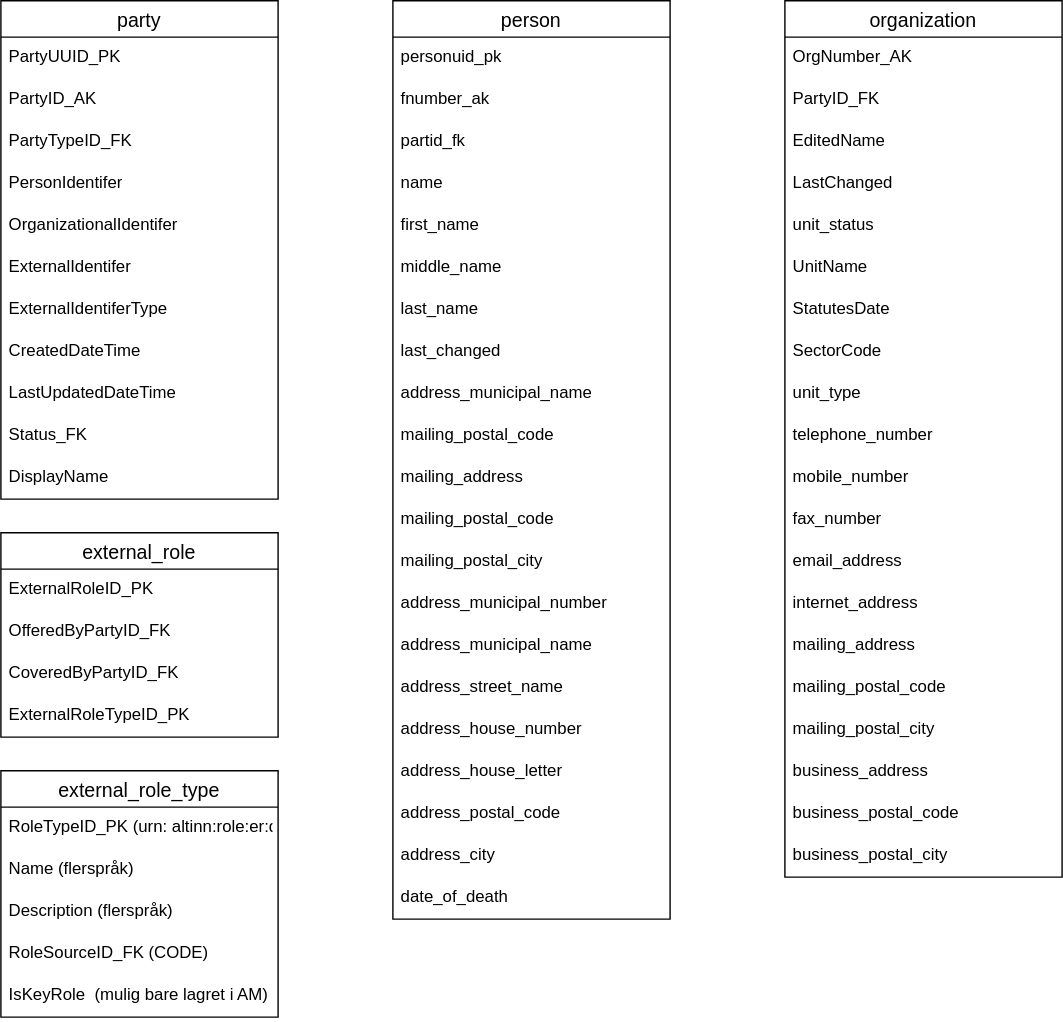
This is content/technology/solutions/altinn-platform/register/dbdesignaltinn3.drawio.svg from Altinn/altinn-studio-docs, a draw.io export, as it was before one commit. Source tidied: cells renumbered, new cells last; positions are measured from the earlier drawing's top-left corner, leaving out a move shared by most shapes.
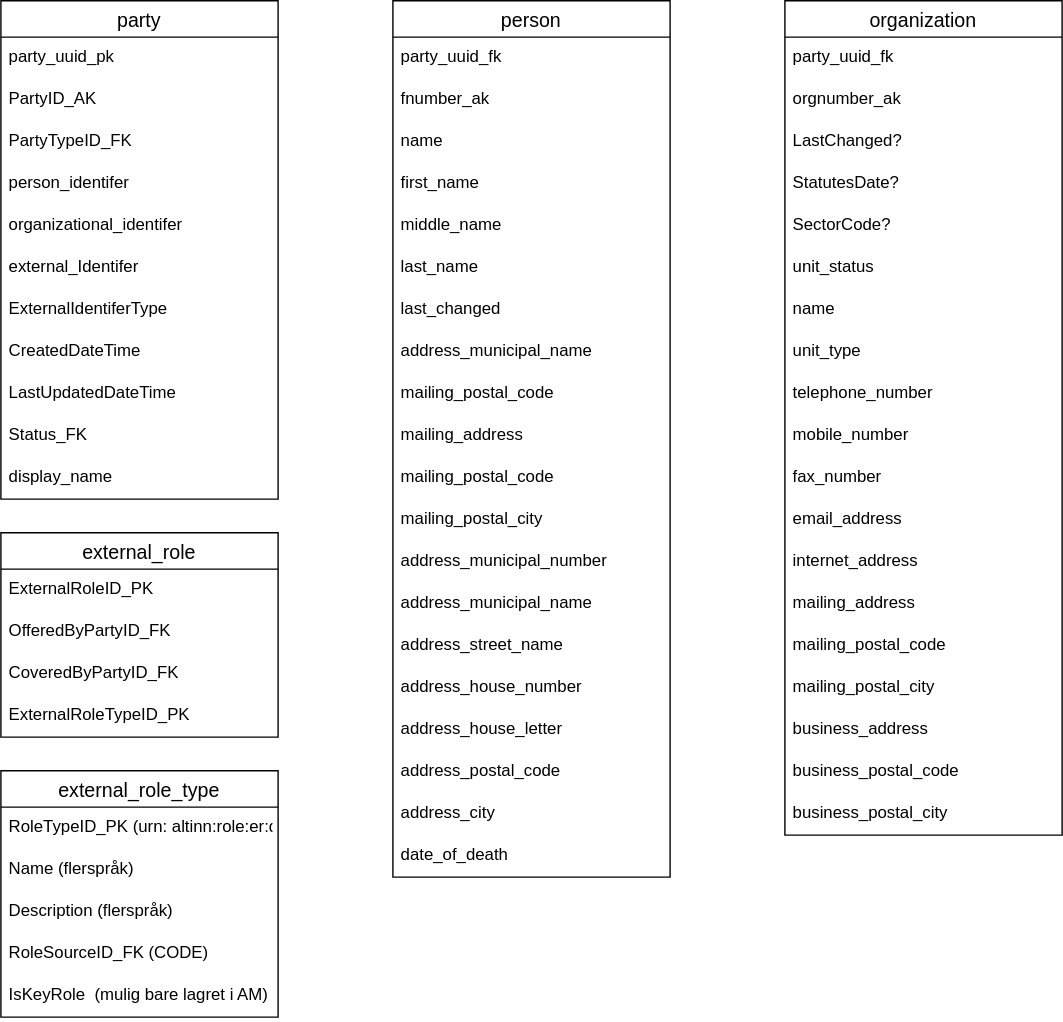
Later version of the same file.

Change to the diagram source:
```diff
@@ -5,7 +5,7 @@
     <mxCell id="2" value="party" style="swimlane;fontStyle=0;horizontal=1;startSize=26;align=center;fontSize=14;" parent="1" vertex="1">
       <mxGeometry width="198" height="356" as="geometry" />
     </mxCell>
-    <mxCell id="3" value="PartyUUID_PK" style="text;strokeColor=none;fillColor=none;spacingLeft=4;spacingRight=4;overflow=hidden;fontSize=12;" parent="2" vertex="1">
+    <mxCell id="3" value="party_uuid_pk" style="text;strokeColor=none;fillColor=none;spacingLeft=4;spacingRight=4;overflow=hidden;fontSize=12;" parent="2" vertex="1">
       <mxGeometry y="26" width="198" height="30" as="geometry" />
     </mxCell>
     <mxCell id="4" value="PartyID_AK" style="text;strokeColor=none;fillColor=none;spacingLeft=4;spacingRight=4;overflow=hidden;fontSize=12;" parent="2" vertex="1">
@@ -14,13 +14,13 @@
     <mxCell id="5" value="PartyTypeID_FK" style="text;strokeColor=none;fillColor=none;spacingLeft=4;spacingRight=4;overflow=hidden;fontSize=12;" parent="2" vertex="1">
       <mxGeometry y="86" width="198" height="30" as="geometry" />
     </mxCell>
-    <mxCell id="6" value="PersonIdentifer" style="text;strokeColor=none;fillColor=none;spacingLeft=4;spacingRight=4;overflow=hidden;fontSize=12;" parent="2" vertex="1">
+    <mxCell id="6" value="person_identifer" style="text;strokeColor=none;fillColor=none;spacingLeft=4;spacingRight=4;overflow=hidden;fontSize=12;" parent="2" vertex="1">
       <mxGeometry y="116" width="198" height="30" as="geometry" />
     </mxCell>
-    <mxCell id="7" value="OrganizationalIdentifer" style="text;strokeColor=none;fillColor=none;spacingLeft=4;spacingRight=4;overflow=hidden;fontSize=12;" parent="2" vertex="1">
+    <mxCell id="7" value="organizational_identifer" style="text;strokeColor=none;fillColor=none;spacingLeft=4;spacingRight=4;overflow=hidden;fontSize=12;" parent="2" vertex="1">
       <mxGeometry y="146" width="198" height="30" as="geometry" />
     </mxCell>
-    <mxCell id="8" value="ExternalIdentifer" style="text;strokeColor=none;fillColor=none;spacingLeft=4;spacingRight=4;overflow=hidden;fontSize=12;" parent="2" vertex="1">
+    <mxCell id="8" value="external_Identifer" style="text;strokeColor=none;fillColor=none;spacingLeft=4;spacingRight=4;overflow=hidden;fontSize=12;" parent="2" vertex="1">
       <mxGeometry y="176" width="198" height="30" as="geometry" />
     </mxCell>
     <mxCell id="9" value="ExternalIdentiferType" style="text;strokeColor=none;fillColor=none;spacingLeft=4;spacingRight=4;overflow=hidden;fontSize=12;" parent="2" vertex="1">
@@ -35,137 +35,131 @@
     <mxCell id="12" value="Status_FK&#10;" style="text;strokeColor=none;fillColor=none;spacingLeft=4;spacingRight=4;overflow=hidden;fontSize=12;" parent="2" vertex="1">
       <mxGeometry y="296" width="198" height="30" as="geometry" />
     </mxCell>
-    <mxCell id="13" value="DisplayName" style="text;strokeColor=none;fillColor=none;spacingLeft=4;spacingRight=4;overflow=hidden;fontSize=12;" parent="2" vertex="1">
+    <mxCell id="13" value="display_name" style="text;strokeColor=none;fillColor=none;spacingLeft=4;spacingRight=4;overflow=hidden;fontSize=12;" parent="2" vertex="1">
       <mxGeometry y="326" width="198" height="30" as="geometry" />
     </mxCell>
     <mxCell id="14" value="person" style="swimlane;fontStyle=0;horizontal=1;startSize=26;align=center;fontSize=14;" parent="1" vertex="1">
-      <mxGeometry x="280" width="198" height="656" as="geometry" />
+      <mxGeometry x="280" width="198" height="626" as="geometry" />
     </mxCell>
-    <mxCell id="15" value="personuid_pk" style="text;strokeColor=none;fillColor=none;spacingLeft=4;spacingRight=4;overflow=hidden;fontSize=12;" parent="14" vertex="1">
-      <mxGeometry y="26" width="198" height="30" as="geometry" />
-    </mxCell>
+    <mxCell id="17" value="party_uuid_fk" style="text;strokeColor=none;fillColor=none;spacingLeft=4;spacingRight=4;overflow=hidden;fontSize=12;" parent="14" vertex="1">
+      <mxGeometry y="26" width="198" height="30" as="geometry" />
+    </mxCell>
     <mxCell id="16" value="fnumber_ak" style="text;strokeColor=none;fillColor=none;spacingLeft=4;spacingRight=4;overflow=hidden;fontSize=12;" parent="14" vertex="1">
       <mxGeometry y="56" width="198" height="30" as="geometry" />
     </mxCell>
-    <mxCell id="17" value="partid_fk" style="text;strokeColor=none;fillColor=none;spacingLeft=4;spacingRight=4;overflow=hidden;fontSize=12;" parent="14" vertex="1">
-      <mxGeometry y="86" width="198" height="30" as="geometry" />
-    </mxCell>
     <mxCell id="18" value="name" style="text;strokeColor=none;fillColor=none;spacingLeft=4;spacingRight=4;overflow=hidden;fontSize=12;" parent="14" vertex="1">
-      <mxGeometry y="116" width="198" height="30" as="geometry" />
+      <mxGeometry y="86" width="198" height="30" as="geometry" />
     </mxCell>
     <mxCell id="19" value="first_name" style="text;strokeColor=none;fillColor=none;spacingLeft=4;spacingRight=4;overflow=hidden;fontSize=12;" parent="14" vertex="1">
-      <mxGeometry y="146" width="198" height="30" as="geometry" />
+      <mxGeometry y="116" width="198" height="30" as="geometry" />
     </mxCell>
     <mxCell id="20" value="middle_name" style="text;strokeColor=none;fillColor=none;spacingLeft=4;spacingRight=4;overflow=hidden;fontSize=12;" parent="14" vertex="1">
-      <mxGeometry y="176" width="198" height="30" as="geometry" />
+      <mxGeometry y="146" width="198" height="30" as="geometry" />
     </mxCell>
     <mxCell id="21" value="last_name" style="text;strokeColor=none;fillColor=none;spacingLeft=4;spacingRight=4;overflow=hidden;fontSize=12;" parent="14" vertex="1">
-      <mxGeometry y="206" width="198" height="30" as="geometry" />
+      <mxGeometry y="176" width="198" height="30" as="geometry" />
     </mxCell>
     <mxCell id="22" value="last_changed" style="text;strokeColor=none;fillColor=none;spacingLeft=4;spacingRight=4;overflow=hidden;fontSize=12;" parent="14" vertex="1">
-      <mxGeometry y="236" width="198" height="30" as="geometry" />
+      <mxGeometry y="206" width="198" height="30" as="geometry" />
     </mxCell>
     <mxCell id="23" value="address_municipal_name " style="text;strokeColor=none;fillColor=none;spacingLeft=4;spacingRight=4;overflow=hidden;fontSize=12;" parent="14" vertex="1">
-      <mxGeometry y="266" width="198" height="30" as="geometry" />
+      <mxGeometry y="236" width="198" height="30" as="geometry" />
     </mxCell>
     <mxCell id="24" value="mailing_postal_code" style="text;strokeColor=none;fillColor=none;spacingLeft=4;spacingRight=4;overflow=hidden;fontSize=12;" parent="14" vertex="1">
-      <mxGeometry y="296" width="198" height="30" as="geometry" />
+      <mxGeometry y="266" width="198" height="30" as="geometry" />
     </mxCell>
     <mxCell id="25" value="mailing_address" style="text;strokeColor=none;fillColor=none;spacingLeft=4;spacingRight=4;overflow=hidden;fontSize=12;" parent="14" vertex="1">
-      <mxGeometry y="326" width="198" height="30" as="geometry" />
+      <mxGeometry y="296" width="198" height="30" as="geometry" />
     </mxCell>
     <mxCell id="26" value="mailing_postal_code" style="text;strokeColor=none;fillColor=none;spacingLeft=4;spacingRight=4;overflow=hidden;fontSize=12;" parent="14" vertex="1">
-      <mxGeometry y="356" width="198" height="30" as="geometry" />
+      <mxGeometry y="326" width="198" height="30" as="geometry" />
     </mxCell>
     <mxCell id="27" value="mailing_postal_city " style="text;strokeColor=none;fillColor=none;spacingLeft=4;spacingRight=4;overflow=hidden;fontSize=12;" parent="14" vertex="1">
-      <mxGeometry y="386" width="198" height="30" as="geometry" />
+      <mxGeometry y="356" width="198" height="30" as="geometry" />
     </mxCell>
     <mxCell id="28" value="address_municipal_number " style="text;strokeColor=none;fillColor=none;spacingLeft=4;spacingRight=4;overflow=hidden;fontSize=12;" parent="14" vertex="1">
-      <mxGeometry y="416" width="198" height="30" as="geometry" />
+      <mxGeometry y="386" width="198" height="30" as="geometry" />
     </mxCell>
     <mxCell id="29" value="address_municipal_name " style="text;strokeColor=none;fillColor=none;spacingLeft=4;spacingRight=4;overflow=hidden;fontSize=12;" parent="14" vertex="1">
-      <mxGeometry y="446" width="198" height="30" as="geometry" />
+      <mxGeometry y="416" width="198" height="30" as="geometry" />
     </mxCell>
     <mxCell id="30" value="address_street_name" style="text;strokeColor=none;fillColor=none;spacingLeft=4;spacingRight=4;overflow=hidden;fontSize=12;" parent="14" vertex="1">
-      <mxGeometry y="476" width="198" height="30" as="geometry" />
+      <mxGeometry y="446" width="198" height="30" as="geometry" />
     </mxCell>
     <mxCell id="31" value="address_house_number " style="text;strokeColor=none;fillColor=none;spacingLeft=4;spacingRight=4;overflow=hidden;fontSize=12;" parent="14" vertex="1">
-      <mxGeometry y="506" width="198" height="30" as="geometry" />
+      <mxGeometry y="476" width="198" height="30" as="geometry" />
     </mxCell>
     <mxCell id="32" value="address_house_letter " style="text;strokeColor=none;fillColor=none;spacingLeft=4;spacingRight=4;overflow=hidden;fontSize=12;" parent="14" vertex="1">
-      <mxGeometry y="536" width="198" height="30" as="geometry" />
+      <mxGeometry y="506" width="198" height="30" as="geometry" />
     </mxCell>
     <mxCell id="33" value="address_postal_code " style="text;strokeColor=none;fillColor=none;spacingLeft=4;spacingRight=4;overflow=hidden;fontSize=12;" parent="14" vertex="1">
-      <mxGeometry y="566" width="198" height="30" as="geometry" />
+      <mxGeometry y="536" width="198" height="30" as="geometry" />
     </mxCell>
     <mxCell id="34" value="address_city" style="text;strokeColor=none;fillColor=none;spacingLeft=4;spacingRight=4;overflow=hidden;fontSize=12;" parent="14" vertex="1">
-      <mxGeometry y="596" width="198" height="30" as="geometry" />
+      <mxGeometry y="566" width="198" height="30" as="geometry" />
     </mxCell>
     <mxCell id="35" value="date_of_death" style="text;strokeColor=none;fillColor=none;spacingLeft=4;spacingRight=4;overflow=hidden;fontSize=12;" parent="14" vertex="1">
-      <mxGeometry y="626" width="198" height="30" as="geometry" />
+      <mxGeometry y="596" width="198" height="30" as="geometry" />
     </mxCell>
     <mxCell id="36" value="organization" style="swimlane;fontStyle=0;horizontal=1;startSize=26;align=center;fontSize=14;" parent="1" vertex="1">
-      <mxGeometry x="560" width="198" height="626" as="geometry" />
+      <mxGeometry x="560" width="198" height="596" as="geometry" />
     </mxCell>
+    <mxCell id="38" value="party_uuid_fk" style="text;strokeColor=none;fillColor=none;spacingLeft=4;spacingRight=4;overflow=hidden;fontSize=12;" parent="36" vertex="1">
+      <mxGeometry y="26" width="198" height="30" as="geometry" />
+    </mxCell>
-    <mxCell id="37" value="OrgNumber_AK" style="text;strokeColor=none;fillColor=none;spacingLeft=4;spacingRight=4;overflow=hidden;fontSize=12;" parent="36" vertex="1">
-      <mxGeometry y="26" width="198" height="30" as="geometry" />
+    <mxCell id="37" value="orgnumber_ak" style="text;strokeColor=none;fillColor=none;spacingLeft=4;spacingRight=4;overflow=hidden;fontSize=12;" parent="36" vertex="1">
+      <mxGeometry y="56" width="198" height="30" as="geometry" />
     </mxCell>
-    <mxCell id="38" value="PartyID_FK" style="text;strokeColor=none;fillColor=none;spacingLeft=4;spacingRight=4;overflow=hidden;fontSize=12;" parent="36" vertex="1">
-      <mxGeometry y="56" width="198" height="30" as="geometry" />
-    </mxCell>
-    <mxCell id="39" value="EditedName" style="text;strokeColor=none;fillColor=none;spacingLeft=4;spacingRight=4;overflow=hidden;fontSize=12;" parent="36" vertex="1">
-      <mxGeometry y="86" width="198" height="30" as="geometry" />
-    </mxCell>
-    <mxCell id="40" value="LastChanged" style="text;strokeColor=none;fillColor=none;spacingLeft=4;spacingRight=4;overflow=hidden;fontSize=12;" parent="36" vertex="1">
-      <mxGeometry y="116" width="198" height="30" as="geometry" />
+    <mxCell id="40" value="LastChanged?" style="text;strokeColor=none;fillColor=none;spacingLeft=4;spacingRight=4;overflow=hidden;fontSize=12;" parent="36" vertex="1">
+      <mxGeometry y="86" width="198" height="30" as="geometry" />
     </mxCell>
+    <mxCell id="43" value="StatutesDate?" style="text;strokeColor=none;fillColor=none;spacingLeft=4;spacingRight=4;overflow=hidden;fontSize=12;" parent="36" vertex="1">
+      <mxGeometry y="116" width="198" height="30" as="geometry" />
+    </mxCell>
+    <mxCell id="44" value="SectorCode?" style="text;strokeColor=none;fillColor=none;spacingLeft=4;spacingRight=4;overflow=hidden;fontSize=12;" parent="36" vertex="1">
+      <mxGeometry y="146" width="198" height="30" as="geometry" />
+    </mxCell>
     <mxCell id="41" value="unit_status" style="text;strokeColor=none;fillColor=none;spacingLeft=4;spacingRight=4;overflow=hidden;fontSize=12;" parent="36" vertex="1">
-      <mxGeometry y="146" width="198" height="30" as="geometry" />
+      <mxGeometry y="176" width="198" height="30" as="geometry" />
     </mxCell>
-    <mxCell id="42" value="UnitName" style="text;strokeColor=none;fillColor=none;spacingLeft=4;spacingRight=4;overflow=hidden;fontSize=12;" parent="36" vertex="1">
-      <mxGeometry y="176" width="198" height="30" as="geometry" />
+    <mxCell id="42" value="name" style="text;strokeColor=none;fillColor=none;spacingLeft=4;spacingRight=4;overflow=hidden;fontSize=12;" parent="36" vertex="1">
+      <mxGeometry y="206" width="198" height="30" as="geometry" />
     </mxCell>
-    <mxCell id="43" value="StatutesDate" style="text;strokeColor=none;fillColor=none;spacingLeft=4;spacingRight=4;overflow=hidden;fontSize=12;" parent="36" vertex="1">
-      <mxGeometry y="206" width="198" height="30" as="geometry" />
-    </mxCell>
-    <mxCell id="44" value="SectorCode" style="text;strokeColor=none;fillColor=none;spacingLeft=4;spacingRight=4;overflow=hidden;fontSize=12;" parent="36" vertex="1">
-      <mxGeometry y="236" width="198" height="30" as="geometry" />
-    </mxCell>
     <mxCell id="45" value="unit_type" style="text;strokeColor=none;fillColor=none;spacingLeft=4;spacingRight=4;overflow=hidden;fontSize=12;" parent="36" vertex="1">
-      <mxGeometry y="266" width="198" height="30" as="geometry" />
+      <mxGeometry y="236" width="198" height="30" as="geometry" />
     </mxCell>
     <mxCell id="46" value="telephone_number" style="text;strokeColor=none;fillColor=none;spacingLeft=4;spacingRight=4;overflow=hidden;fontSize=12;" parent="36" vertex="1">
-      <mxGeometry y="296" width="198" height="30" as="geometry" />
+      <mxGeometry y="266" width="198" height="30" as="geometry" />
     </mxCell>
     <mxCell id="47" value="mobile_number" style="text;strokeColor=none;fillColor=none;spacingLeft=4;spacingRight=4;overflow=hidden;fontSize=12;" parent="36" vertex="1">
-      <mxGeometry y="326" width="198" height="30" as="geometry" />
+      <mxGeometry y="296" width="198" height="30" as="geometry" />
     </mxCell>
     <mxCell id="48" value="fax_number" style="text;strokeColor=none;fillColor=none;spacingLeft=4;spacingRight=4;overflow=hidden;fontSize=12;" parent="36" vertex="1">
-      <mxGeometry y="356" width="198" height="30" as="geometry" />
+      <mxGeometry y="326" width="198" height="30" as="geometry" />
     </mxCell>
     <mxCell id="49" value="email_address" style="text;strokeColor=none;fillColor=none;spacingLeft=4;spacingRight=4;overflow=hidden;fontSize=12;" parent="36" vertex="1">
-      <mxGeometry y="386" width="198" height="30" as="geometry" />
+      <mxGeometry y="356" width="198" height="30" as="geometry" />
     </mxCell>
     <mxCell id="50" value="internet_address" style="text;strokeColor=none;fillColor=none;spacingLeft=4;spacingRight=4;overflow=hidden;fontSize=12;" parent="36" vertex="1">
-      <mxGeometry y="416" width="198" height="30" as="geometry" />
+      <mxGeometry y="386" width="198" height="30" as="geometry" />
     </mxCell>
     <mxCell id="51" value="mailing_address " style="text;strokeColor=none;fillColor=none;spacingLeft=4;spacingRight=4;overflow=hidden;fontSize=12;" parent="36" vertex="1">
-      <mxGeometry y="446" width="198" height="30" as="geometry" />
+      <mxGeometry y="416" width="198" height="30" as="geometry" />
     </mxCell>
     <mxCell id="52" value="mailing_postal_code " style="text;strokeColor=none;fillColor=none;spacingLeft=4;spacingRight=4;overflow=hidden;fontSize=12;" parent="36" vertex="1">
-      <mxGeometry y="476" width="198" height="30" as="geometry" />
+      <mxGeometry y="446" width="198" height="30" as="geometry" />
     </mxCell>
     <mxCell id="53" value="mailing_postal_city " style="text;strokeColor=none;fillColor=none;spacingLeft=4;spacingRight=4;overflow=hidden;fontSize=12;" parent="36" vertex="1">
-      <mxGeometry y="506" width="198" height="30" as="geometry" />
+      <mxGeometry y="476" width="198" height="30" as="geometry" />
     </mxCell>
     <mxCell id="54" value="business_address" style="text;strokeColor=none;fillColor=none;spacingLeft=4;spacingRight=4;overflow=hidden;fontSize=12;" parent="36" vertex="1">
-      <mxGeometry y="536" width="198" height="30" as="geometry" />
+      <mxGeometry y="506" width="198" height="30" as="geometry" />
     </mxCell>
     <mxCell id="55" value="business_postal_code" style="text;strokeColor=none;fillColor=none;spacingLeft=4;spacingRight=4;overflow=hidden;fontSize=12;" parent="36" vertex="1">
-      <mxGeometry y="566" width="198" height="30" as="geometry" />
+      <mxGeometry y="536" width="198" height="30" as="geometry" />
     </mxCell>
     <mxCell id="56" value="business_postal_city" style="text;strokeColor=none;fillColor=none;spacingLeft=4;spacingRight=4;overflow=hidden;fontSize=12;" parent="36" vertex="1">
-      <mxGeometry y="596" width="198" height="30" as="geometry" />
+      <mxGeometry y="566" width="198" height="30" as="geometry" />
     </mxCell>
     <mxCell id="57" value="external_role" style="swimlane;fontStyle=0;horizontal=1;startSize=26;align=center;fontSize=14;" parent="1" vertex="1">
       <mxGeometry y="380" width="198" height="146" as="geometry" />
```
